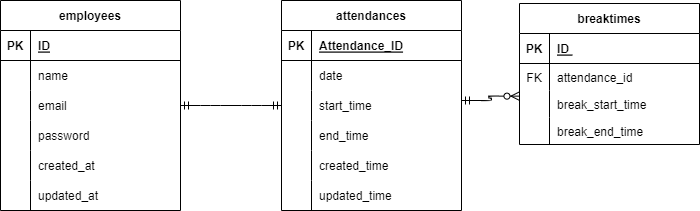
Earlier version of the draw.io export ER.drawio.png (takuma1156/advance). Source tidied: cells renumbered, new cells last; positions are measured from the earlier drawing's top-left corner, leaving out a move shared by most shapes.
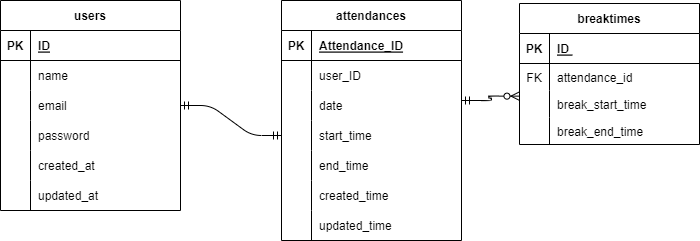
The same file after the commit.

The edit, as a diff of the source:
```diff
@@ -2,7 +2,7 @@
   <root>
     <mxCell id="0" />
     <mxCell id="1" parent="0" />
-    <mxCell id="2" value="employees" style="shape=table;startSize=30;rowLines=0;fontStyle=1;align=center;" parent="1" vertex="1">
+    <mxCell id="2" value="users" style="shape=table;startSize=30;rowLines=0;fontStyle=1;align=center;" parent="1" vertex="1">
       <mxGeometry width="180" height="210" as="geometry" />
     </mxCell>
     <mxCell id="3" style="shape=tableRow;horizontal=0;startSize=0;swimlaneHead=0;swimlaneBody=0;fillColor=none;top=0;left=0;right=0;bottom=1;" parent="2" vertex="1">
@@ -60,7 +60,7 @@
       <mxGeometry x="30" width="150" height="30" as="geometry" />
     </mxCell>
     <mxCell id="21" value="attendances" style="shape=table;startSize=30;rowLines=0;fontStyle=1;align=center;" parent="1" vertex="1">
-      <mxGeometry x="281" width="180" height="210" as="geometry" />
+      <mxGeometry x="281" width="180" height="240" as="geometry" />
     </mxCell>
     <mxCell id="22" style="shape=tableRow;horizontal=0;startSize=0;swimlaneHead=0;swimlaneBody=0;fillColor=none;top=0;left=0;right=0;bottom=1;" parent="21" vertex="1">
       <mxGeometry y="30" width="180" height="30" as="geometry" />
@@ -77,11 +77,20 @@
     <mxCell id="26" style="shape=partialRectangle;fillColor=none;top=0;left=0;bottom=0;right=0;overflow=hidden;" parent="25" vertex="1">
       <mxGeometry width="30" height="30" as="geometry" />
     </mxCell>
-    <mxCell id="27" value="date" style="shape=partialRectangle;fillColor=none;top=0;left=0;bottom=0;right=0;align=left;spacingLeft=6;overflow=hidden;" parent="25" vertex="1">
+    <mxCell id="27" value="user_ID" style="shape=partialRectangle;fillColor=none;top=0;left=0;bottom=0;right=0;align=left;spacingLeft=6;overflow=hidden;" parent="25" vertex="1">
       <mxGeometry x="30" width="150" height="30" as="geometry" />
     </mxCell>
+    <mxCell id="55" style="shape=tableRow;horizontal=0;startSize=0;swimlaneHead=0;swimlaneBody=0;fillColor=none;top=0;left=0;right=0;bottom=0;" parent="21" vertex="1">
+      <mxGeometry y="90" width="180" height="30" as="geometry" />
+    </mxCell>
+    <mxCell id="56" style="shape=partialRectangle;fillColor=none;top=0;left=0;bottom=0;right=0;overflow=hidden;" parent="55" vertex="1">
+      <mxGeometry width="30" height="30" as="geometry" />
+    </mxCell>
+    <mxCell id="57" value="date" style="shape=partialRectangle;fillColor=none;top=0;left=0;bottom=0;right=0;align=left;spacingLeft=6;overflow=hidden;" parent="55" vertex="1">
+      <mxGeometry x="30" width="150" height="30" as="geometry" />
+    </mxCell>
     <mxCell id="28" style="shape=tableRow;horizontal=0;startSize=0;swimlaneHead=0;swimlaneBody=0;fillColor=none;points=[[0,0.5],[1,0.5]];portConstraint=eastwest;top=0;left=0;right=0;bottom=0;" parent="21" vertex="1">
-      <mxGeometry y="90" width="180" height="30" as="geometry" />
+      <mxGeometry y="120" width="180" height="30" as="geometry" />
     </mxCell>
     <mxCell id="29" style="shape=partialRectangle;fillColor=none;top=0;left=0;bottom=0;right=0;overflow=hidden;" parent="28" vertex="1">
       <mxGeometry width="30" height="30" as="geometry" />
@@ -90,7 +99,7 @@
       <mxGeometry x="30" width="150" height="30" as="geometry" />
     </mxCell>
     <mxCell id="31" style="shape=tableRow;horizontal=0;startSize=0;swimlaneHead=0;swimlaneBody=0;fillColor=none;top=0;left=0;right=0;bottom=0;" parent="21" vertex="1">
-      <mxGeometry y="120" width="180" height="30" as="geometry" />
+      <mxGeometry y="150" width="180" height="30" as="geometry" />
     </mxCell>
     <mxCell id="32" style="shape=partialRectangle;fillColor=none;top=0;left=0;bottom=0;right=0;overflow=hidden;" parent="31" vertex="1">
       <mxGeometry width="30" height="30" as="geometry" />
@@ -99,7 +108,7 @@
       <mxGeometry x="30" width="150" height="30" as="geometry" />
     </mxCell>
     <mxCell id="34" style="shape=tableRow;horizontal=0;startSize=0;swimlaneHead=0;swimlaneBody=0;fillColor=none;top=0;left=0;right=0;bottom=0;" parent="21" vertex="1">
-      <mxGeometry y="150" width="180" height="30" as="geometry" />
+      <mxGeometry y="180" width="180" height="30" as="geometry" />
     </mxCell>
     <mxCell id="35" style="shape=partialRectangle;fillColor=none;top=0;left=0;bottom=0;right=0;overflow=hidden;" parent="34" vertex="1">
       <mxGeometry width="30" height="30" as="geometry" />
@@ -108,7 +117,7 @@
       <mxGeometry x="30" width="150" height="30" as="geometry" />
     </mxCell>
     <mxCell id="37" style="shape=tableRow;horizontal=0;startSize=0;swimlaneHead=0;swimlaneBody=0;fillColor=none;top=0;left=0;right=0;bottom=0;" parent="21" vertex="1">
-      <mxGeometry y="180" width="180" height="30" as="geometry" />
+      <mxGeometry y="210" width="180" height="30" as="geometry" />
     </mxCell>
     <mxCell id="38" style="shape=partialRectangle;fillColor=none;top=0;left=0;bottom=0;right=0;overflow=hidden;" parent="37" vertex="1">
       <mxGeometry width="30" height="30" as="geometry" />
```
